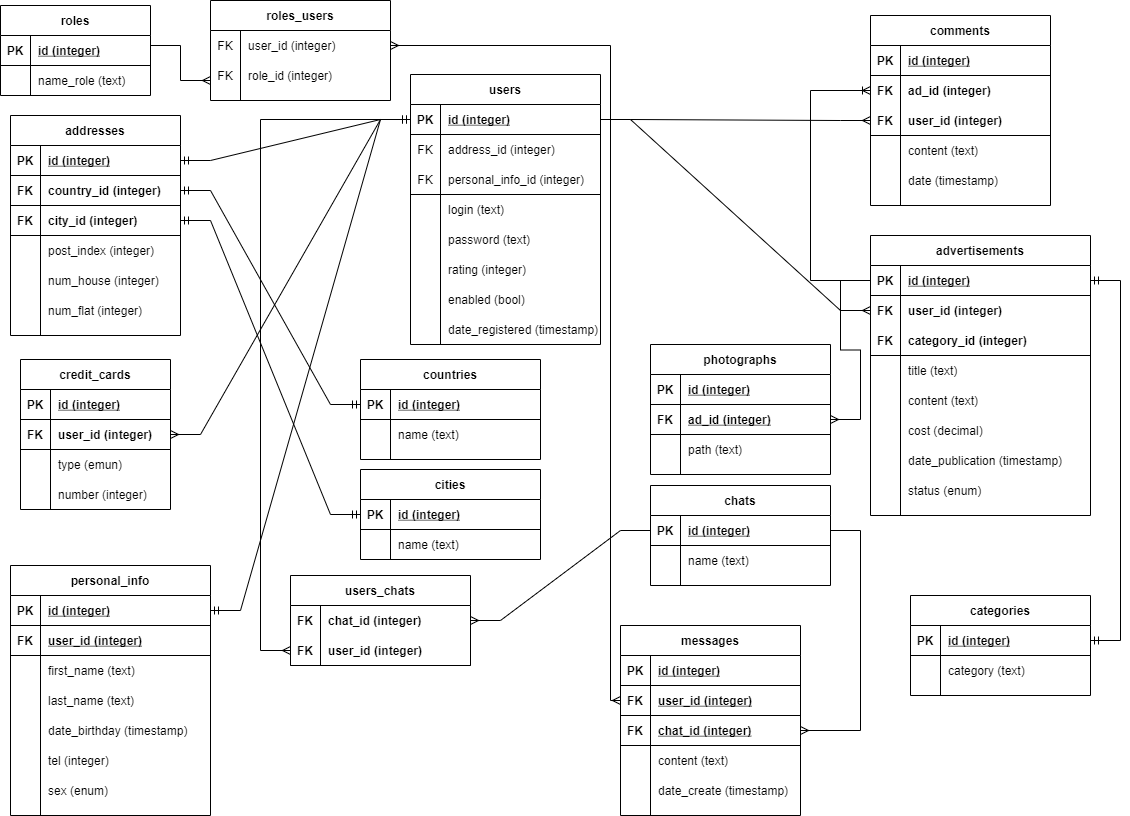
Earlier version of the draw.io export DiagramaSQL/ER-diagram.png (ElisBuh/PrivateAdvertisements). Source tidied: cells renumbered, new cells last; positions are measured from the earlier drawing's top-left corner, leaving out a move shared by most shapes.
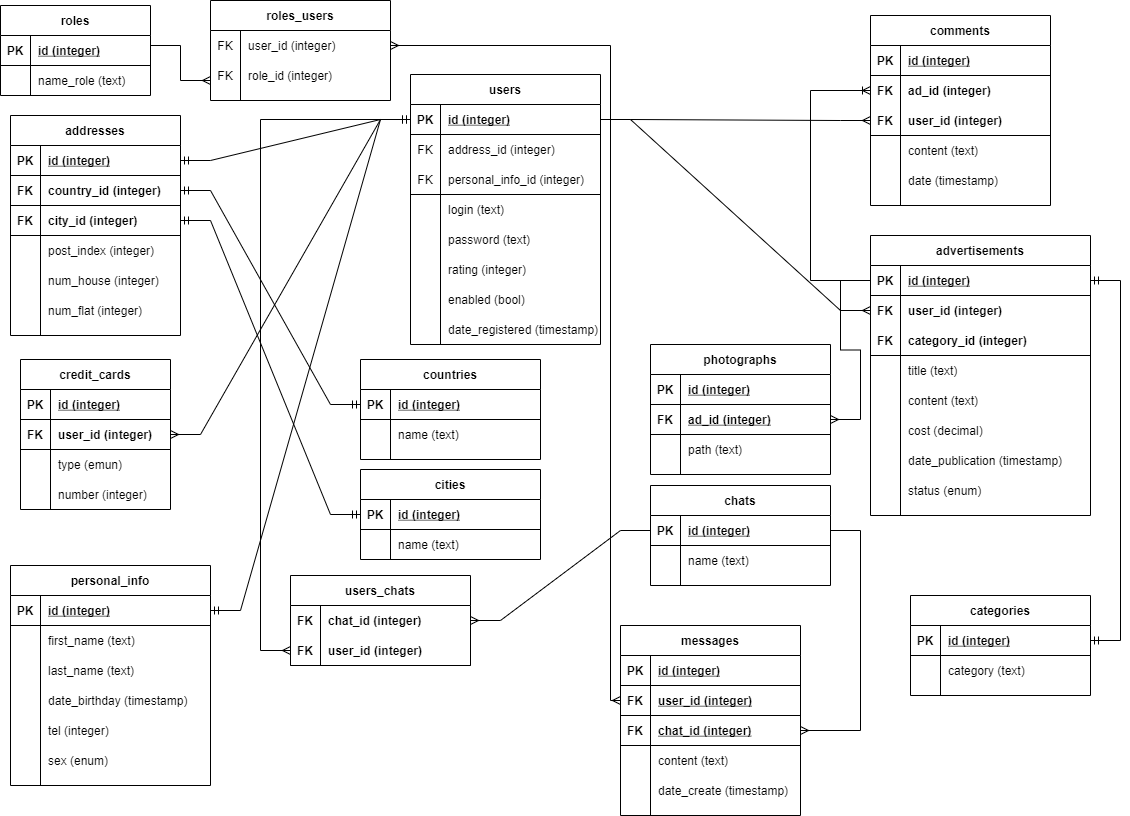
After the change.

Change to the diagram source:
```diff
@@ -473,7 +473,7 @@
       <mxGeometry relative="1" as="geometry" />
     </mxCell>
     <mxCell id="153" value="personal_info" style="shape=table;startSize=30;rowLines=0;fontStyle=1;align=center;" parent="1" vertex="1">
-      <mxGeometry x="10" y="565" width="200" height="250" as="geometry" />
+      <mxGeometry x="10" y="565" width="200" height="220" as="geometry" />
     </mxCell>
     <mxCell id="154" style="shape=partialRectangle;fillColor=none;top=0;left=0;bottom=1;right=0;points=[[0,0.5],[1,0.5]];portConstraint=eastwest;" parent="153" vertex="1">
       <mxGeometry y="30" width="200" height="30" as="geometry" />
@@ -484,17 +484,8 @@
     <mxCell id="156" value="id (integer)" style="shape=partialRectangle;fillColor=none;top=0;left=0;bottom=0;right=0;align=left;spacingLeft=6;fontStyle=5;overflow=hidden;" parent="154" vertex="1">
       <mxGeometry x="30" width="170" height="30" as="geometry" />
     </mxCell>
-    <mxCell id="157" style="shape=partialRectangle;fillColor=none;top=0;left=0;bottom=1;right=0;" parent="153" vertex="1">
-      <mxGeometry y="60" width="200" height="30" as="geometry" />
-    </mxCell>
-    <mxCell id="158" value="FK" style="shape=partialRectangle;fillColor=none;top=0;left=0;bottom=0;right=0;fontStyle=1;overflow=hidden;" parent="157" vertex="1">
-      <mxGeometry width="30" height="30" as="geometry" />
-    </mxCell>
-    <mxCell id="159" value="user_id (integer)" style="shape=partialRectangle;fillColor=none;top=0;left=0;bottom=0;right=0;align=left;spacingLeft=6;fontStyle=5;overflow=hidden;" parent="157" vertex="1">
-      <mxGeometry x="30" width="170" height="30" as="geometry" />
-    </mxCell>
     <mxCell id="160" style="shape=partialRectangle;fillColor=none;top=0;left=0;bottom=0;right=0;" parent="153" vertex="1">
-      <mxGeometry y="90" width="200" height="30" as="geometry" />
+      <mxGeometry y="60" width="200" height="30" as="geometry" />
     </mxCell>
     <mxCell id="161" style="shape=partialRectangle;fillColor=none;top=0;left=0;bottom=0;right=0;overflow=hidden;" parent="160" vertex="1">
       <mxGeometry width="30" height="30" as="geometry" />
@@ -503,7 +494,7 @@
       <mxGeometry x="30" width="170" height="30" as="geometry" />
     </mxCell>
     <mxCell id="163" style="shape=partialRectangle;fillColor=none;top=0;left=0;bottom=0;right=0;" parent="153" vertex="1">
-      <mxGeometry y="120" width="200" height="30" as="geometry" />
+      <mxGeometry y="90" width="200" height="30" as="geometry" />
     </mxCell>
     <mxCell id="164" style="shape=partialRectangle;fillColor=none;top=0;left=0;bottom=0;right=0;overflow=hidden;" parent="163" vertex="1">
       <mxGeometry width="30" height="30" as="geometry" />
@@ -512,7 +503,7 @@
       <mxGeometry x="30" width="170" height="30" as="geometry" />
     </mxCell>
     <mxCell id="166" style="shape=partialRectangle;fillColor=none;top=0;left=0;bottom=0;right=0;" parent="153" vertex="1">
-      <mxGeometry y="150" width="200" height="30" as="geometry" />
+      <mxGeometry y="120" width="200" height="30" as="geometry" />
     </mxCell>
     <mxCell id="167" style="shape=partialRectangle;fillColor=none;top=0;left=0;bottom=0;right=0;overflow=hidden;" parent="166" vertex="1">
       <mxGeometry width="30" height="30" as="geometry" />
@@ -521,7 +512,7 @@
       <mxGeometry x="30" width="170" height="30" as="geometry" />
     </mxCell>
     <mxCell id="169" style="shape=partialRectangle;fillColor=none;top=0;left=0;bottom=0;right=0;" parent="153" vertex="1">
-      <mxGeometry y="180" width="200" height="30" as="geometry" />
+      <mxGeometry y="150" width="200" height="30" as="geometry" />
     </mxCell>
     <mxCell id="170" style="shape=partialRectangle;fillColor=none;top=0;left=0;bottom=0;right=0;overflow=hidden;" parent="169" vertex="1">
       <mxGeometry width="30" height="30" as="geometry" />
@@ -530,7 +521,7 @@
       <mxGeometry x="30" width="170" height="30" as="geometry" />
     </mxCell>
     <mxCell id="172" style="shape=partialRectangle;fillColor=none;top=0;left=0;bottom=0;right=0;" parent="153" vertex="1">
-      <mxGeometry y="210" width="200" height="30" as="geometry" />
+      <mxGeometry y="180" width="200" height="30" as="geometry" />
     </mxCell>
     <mxCell id="173" style="shape=partialRectangle;fillColor=none;top=0;left=0;bottom=0;right=0;overflow=hidden;" parent="172" vertex="1">
       <mxGeometry width="30" height="30" as="geometry" />
```
